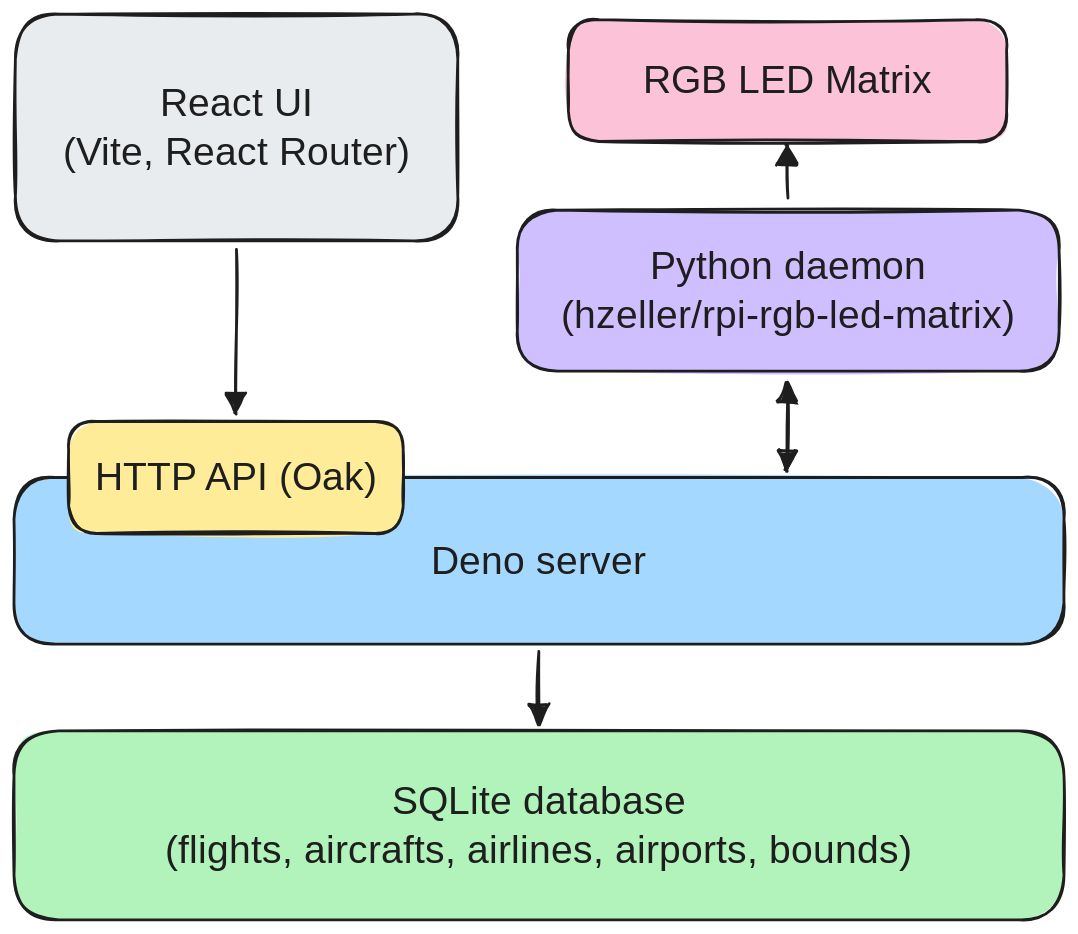
Before: media/architecture-overview.svg, a diagram exported from Excalidraw (mabenj/flight-monitor). Source tidied: one line per element, renumbered; positions are measured from the earlier drawing's top-left corner, leaving out a move shared by most shapes. The source it was exported from:
```json
{"id": 0, "type": "rectangle", "strokeColor": "#1e1e1e", "backgroundColor": "#b2f2bb", "fillStyle": "solid", "strokeWidth": 2, "roughness": 1, "round": true, "x": 0, "y": 512, "width": 750, "height": 135}
{"id": 1, "type": "text", "text": "SQLite database\n(flights, aircrafts, airlines, airports, bounds)", "strokeColor": "#1e1e1e", "backgroundColor": "#ffec99", "fillStyle": "solid", "strokeWidth": 2, "roughness": 1, "fontSize": 28, "fontFamily": 6, "textAlign": "center", "verticalAlign": "middle", "inside": 0, "x": 105, "y": 544, "width": 539, "height": 70}
{"id": 2, "type": "rectangle", "strokeColor": "#1e1e1e", "backgroundColor": "#a5d8ff", "fillStyle": "solid", "strokeWidth": 2, "roughness": 1, "round": true, "x": 0, "y": 331, "width": 750, "height": 119}
{"id": 3, "type": "text", "text": "Deno server", "strokeColor": "#1e1e1e", "backgroundColor": "#ffec99", "fillStyle": "solid", "strokeWidth": 2, "roughness": 1, "fontSize": 28, "fontFamily": 6, "textAlign": "center", "verticalAlign": "middle", "inside": 2, "x": 298, "y": 373, "width": 154, "height": 35}
{"id": 4, "type": "rectangle", "strokeColor": "#1e1e1e", "backgroundColor": "#ffec99", "fillStyle": "solid", "strokeWidth": 2, "roughness": 1, "round": true, "x": 39, "y": 291, "width": 239, "height": 80}
{"id": 5, "type": "text", "text": "HTTP API (Oak)", "strokeColor": "#1e1e1e", "backgroundColor": "#ffec99", "fillStyle": "solid", "strokeWidth": 2, "roughness": 1, "fontSize": 28, "fontFamily": 6, "textAlign": "center", "verticalAlign": "middle", "inside": 4, "x": 57, "y": 314, "width": 203, "height": 35}
{"id": 6, "type": "rectangle", "strokeColor": "#1e1e1e", "backgroundColor": "#e9ecef", "fillStyle": "solid", "strokeWidth": 2, "roughness": 1, "round": true, "x": 1, "y": 0, "width": 316, "height": 162}
{"id": 7, "type": "text", "text": "React UI\n(Vite, React Router)", "strokeColor": "#1e1e1e", "backgroundColor": "#ffec99", "fillStyle": "solid", "strokeWidth": 2, "roughness": 1, "fontSize": 28, "fontFamily": 6, "textAlign": "center", "verticalAlign": "middle", "inside": 6, "x": 35, "y": 46, "width": 249, "height": 70}
{"id": 8, "type": "rectangle", "strokeColor": "#1e1e1e", "backgroundColor": "#d0bfff", "fillStyle": "solid", "strokeWidth": 2, "roughness": 1, "round": true, "x": 360, "y": 140, "width": 387, "height": 115}
{"id": 9, "type": "text", "text": "Python daemon\n(hzeller/rpi-rgb-led-matrix)", "strokeColor": "#1e1e1e", "backgroundColor": "#ffec99", "fillStyle": "solid", "strokeWidth": 2, "roughness": 1, "fontSize": 28, "fontFamily": 6, "textAlign": "center", "verticalAlign": "middle", "inside": 8, "x": 382, "y": 162, "width": 343, "height": 70}
{"id": 10, "type": "rectangle", "strokeColor": "#1e1e1e", "backgroundColor": "#fcc2d7", "fillStyle": "solid", "strokeWidth": 2, "roughness": 1, "round": true, "x": 396, "y": 4, "width": 313, "height": 87}
{"id": 11, "type": "text", "text": "RGB LED Matrix", "strokeColor": "#1e1e1e", "backgroundColor": "#ffec99", "fillStyle": "solid", "strokeWidth": 2, "roughness": 1, "fontSize": 28, "fontFamily": 6, "textAlign": "center", "verticalAlign": "middle", "inside": 10, "x": 449, "y": 30, "width": 206, "height": 35}
{"id": 12, "type": "arrow", "strokeColor": "#1e1e1e", "backgroundColor": "#fcc2d7", "fillStyle": "solid", "strokeWidth": 2, "roughness": 2, "endArrowhead": "triangle", "from": 6, "to": 4, "x": 159, "y": 168, "width": 0, "height": 117, "points": [[0, 0], [0, 117]]}
{"id": 13, "type": "arrow", "strokeColor": "#1e1e1e", "backgroundColor": "#fcc2d7", "fillStyle": "solid", "strokeWidth": 2, "roughness": 2, "endArrowhead": "triangle", "from": 8, "to": 10, "x": 553, "y": 131, "width": 0, "height": 37, "points": [[0, 0], [0, -37]]}
{"id": 14, "type": "arrow", "strokeColor": "#1e1e1e", "backgroundColor": "#d0bfff", "fillStyle": "solid", "strokeWidth": 2, "roughness": 2, "startArrowhead": "triangle", "endArrowhead": "triangle", "from": 2, "to": 8, "x": 552, "y": 326, "width": 1, "height": 62, "points": [[0, 0], [1, -62]]}
{"id": 15, "type": "arrow", "strokeColor": "#1e1e1e", "backgroundColor": "#d0bfff", "fillStyle": "solid", "strokeWidth": 2, "roughness": 2, "endArrowhead": "triangle", "from": 2, "to": 0, "x": 375, "y": 455, "width": 0, "height": 52, "points": [[0, 0], [0, 52]]}
```
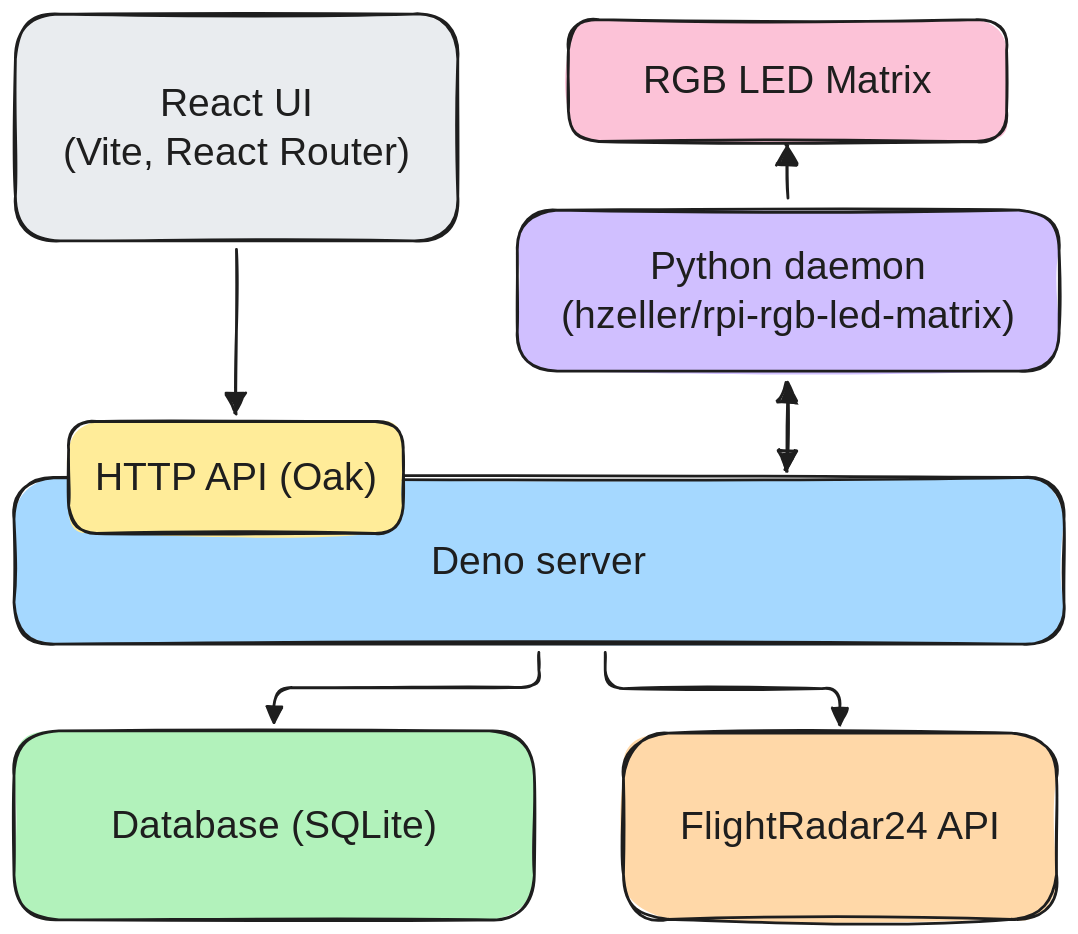
After the commit.

Commit message:
Update architecture overview image

Diff of the diagram source:
```diff
@@ -1,5 +1,5 @@
-{"id": 0, "type": "rectangle", "strokeColor": "#1e1e1e", "backgroundColor": "#b2f2bb", "fillStyle": "solid", "strokeWidth": 2, "roughness": 1, "round": true, "x": 0, "y": 512, "width": 750, "height": 135}
+{"id": 0, "type": "rectangle", "strokeColor": "#1e1e1e", "backgroundColor": "#b2f2bb", "fillStyle": "solid", "strokeWidth": 2, "roughness": 1, "round": true, "x": 0, "y": 512, "width": 372, "height": 135}
-{"id": 1, "type": "text", "text": "SQLite database\n(flights, aircrafts, airlines, airports, bounds)", "strokeColor": "#1e1e1e", "backgroundColor": "#ffec99", "fillStyle": "solid", "strokeWidth": 2, "roughness": 1, "fontSize": 28, "fontFamily": 6, "textAlign": "center", "verticalAlign": "middle", "inside": 0, "x": 105, "y": 544, "width": 539, "height": 70}
+{"id": 1, "type": "text", "text": "Database (SQLite)", "strokeColor": "#1e1e1e", "backgroundColor": "#ffec99", "fillStyle": "solid", "strokeWidth": 2, "roughness": 1, "fontSize": 28, "fontFamily": 6, "textAlign": "center", "verticalAlign": "middle", "inside": 0, "x": 70, "y": 562, "width": 232, "height": 35}
 {"id": 2, "type": "rectangle", "strokeColor": "#1e1e1e", "backgroundColor": "#a5d8ff", "fillStyle": "solid", "strokeWidth": 2, "roughness": 1, "round": true, "x": 0, "y": 331, "width": 750, "height": 119}
 {"id": 3, "type": "text", "text": "Deno server", "strokeColor": "#1e1e1e", "backgroundColor": "#ffec99", "fillStyle": "solid", "strokeWidth": 2, "roughness": 1, "fontSize": 28, "fontFamily": 6, "textAlign": "center", "verticalAlign": "middle", "inside": 2, "x": 298, "y": 373, "width": 154, "height": 35}
 {"id": 4, "type": "rectangle", "strokeColor": "#1e1e1e", "backgroundColor": "#ffec99", "fillStyle": "solid", "strokeWidth": 2, "roughness": 1, "round": true, "x": 39, "y": 291, "width": 239, "height": 80}
@@ -13,4 +13,7 @@
 {"id": 12, "type": "arrow", "strokeColor": "#1e1e1e", "backgroundColor": "#fcc2d7", "fillStyle": "solid", "strokeWidth": 2, "roughness": 2, "endArrowhead": "triangle", "from": 6, "to": 4, "x": 159, "y": 168, "width": 0, "height": 117, "points": [[0, 0], [0, 117]]}
 {"id": 13, "type": "arrow", "strokeColor": "#1e1e1e", "backgroundColor": "#fcc2d7", "fillStyle": "solid", "strokeWidth": 2, "roughness": 2, "endArrowhead": "triangle", "from": 8, "to": 10, "x": 553, "y": 131, "width": 0, "height": 37, "points": [[0, 0], [0, -37]]}
 {"id": 14, "type": "arrow", "strokeColor": "#1e1e1e", "backgroundColor": "#d0bfff", "fillStyle": "solid", "strokeWidth": 2, "roughness": 2, "startArrowhead": "triangle", "endArrowhead": "triangle", "from": 2, "to": 8, "x": 552, "y": 326, "width": 1, "height": 62, "points": [[0, 0], [1, -62]]}
-{"id": 15, "type": "arrow", "strokeColor": "#1e1e1e", "backgroundColor": "#d0bfff", "fillStyle": "solid", "strokeWidth": 2, "roughness": 2, "endArrowhead": "triangle", "from": 2, "to": 0, "x": 375, "y": 455, "width": 0, "height": 52, "points": [[0, 0], [0, 52]]}
+{"id": 16, "type": "rectangle", "strokeColor": "#1e1e1e", "backgroundColor": "#ffd8a8", "fillStyle": "solid", "strokeWidth": 2, "roughness": 2, "round": true, "x": 435, "y": 514, "width": 309, "height": 133}
+{"id": 17, "type": "text", "text": "FlightRadar24 API", "strokeColor": "#1e1e1e", "backgroundColor": "#e9ecef", "fillStyle": "solid", "strokeWidth": 2, "roughness": 2, "fontSize": 28, "fontFamily": 6, "textAlign": "center", "verticalAlign": "middle", "inside": 16, "x": 472, "y": 563, "width": 236, "height": 35}
+{"id": 18, "type": "arrow", "strokeColor": "#1e1e1e", "backgroundColor": "#ffd8a8", "fillStyle": "solid", "strokeWidth": 2, "roughness": 1, "endArrowhead": "triangle", "from": 2, "to": 16, "x": 422, "y": 456, "width": 168, "height": 52, "points": [[0, 0], [0, 26], [168, 26], [168, 52]]}
+{"id": 19, "type": "arrow", "strokeColor": "#1e1e1e", "backgroundColor": "#ffd8a8", "fillStyle": "solid", "strokeWidth": 2, "roughness": 1, "endArrowhead": "triangle", "from": 2, "to": 0, "x": 375, "y": 456, "width": 189, "height": 50, "points": [[0, 0], [0, 25], [-189, 25], [-189, 50]]}
```
